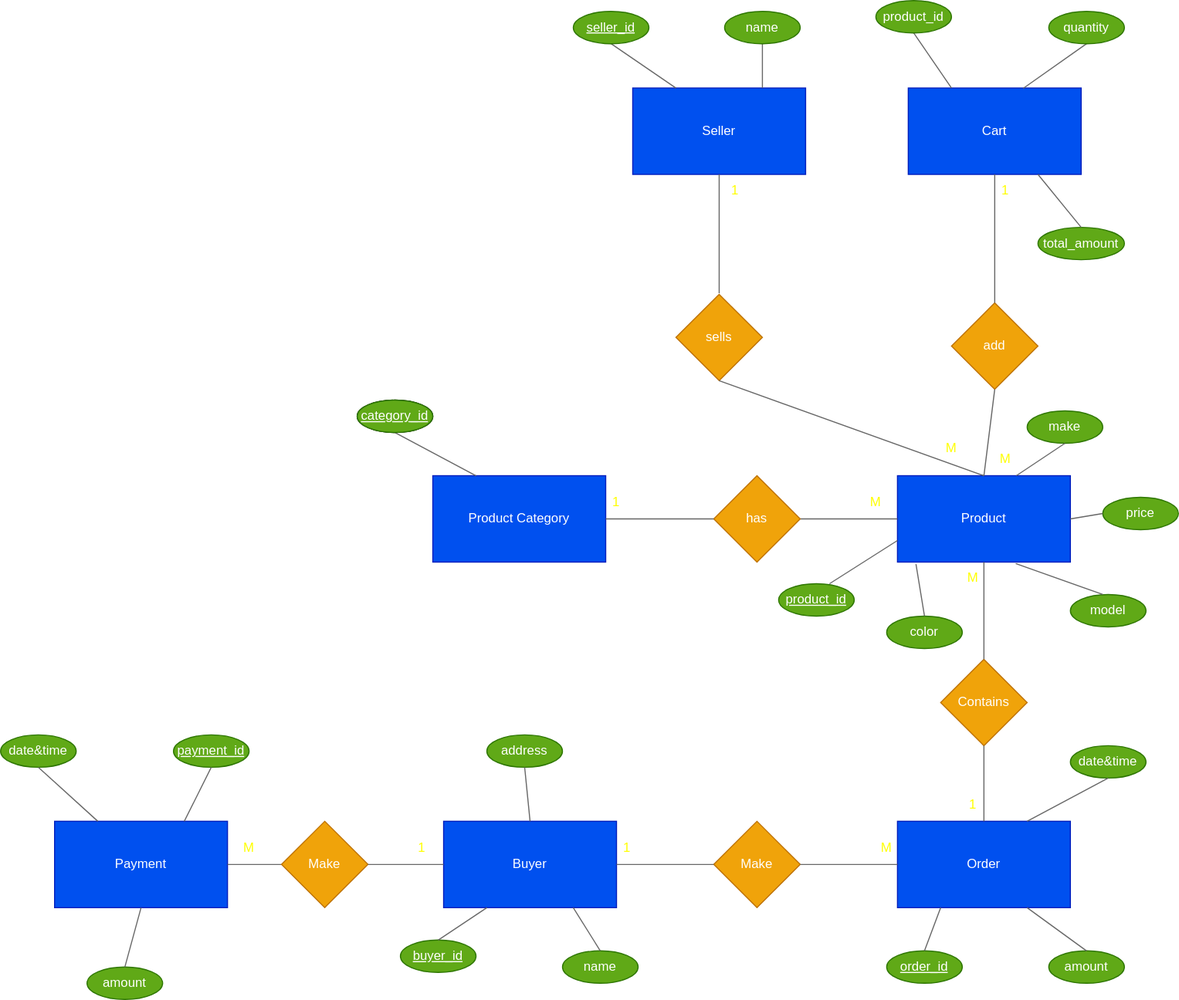
Above: ER_diagram.drawio.svg in Hemakanth1/shopping-cart-system (draw.io), before the change. Source tidied: cells renumbered, new cells last; positions are measured from the earlier drawing's top-left corner, leaving out a move shared by most shapes.
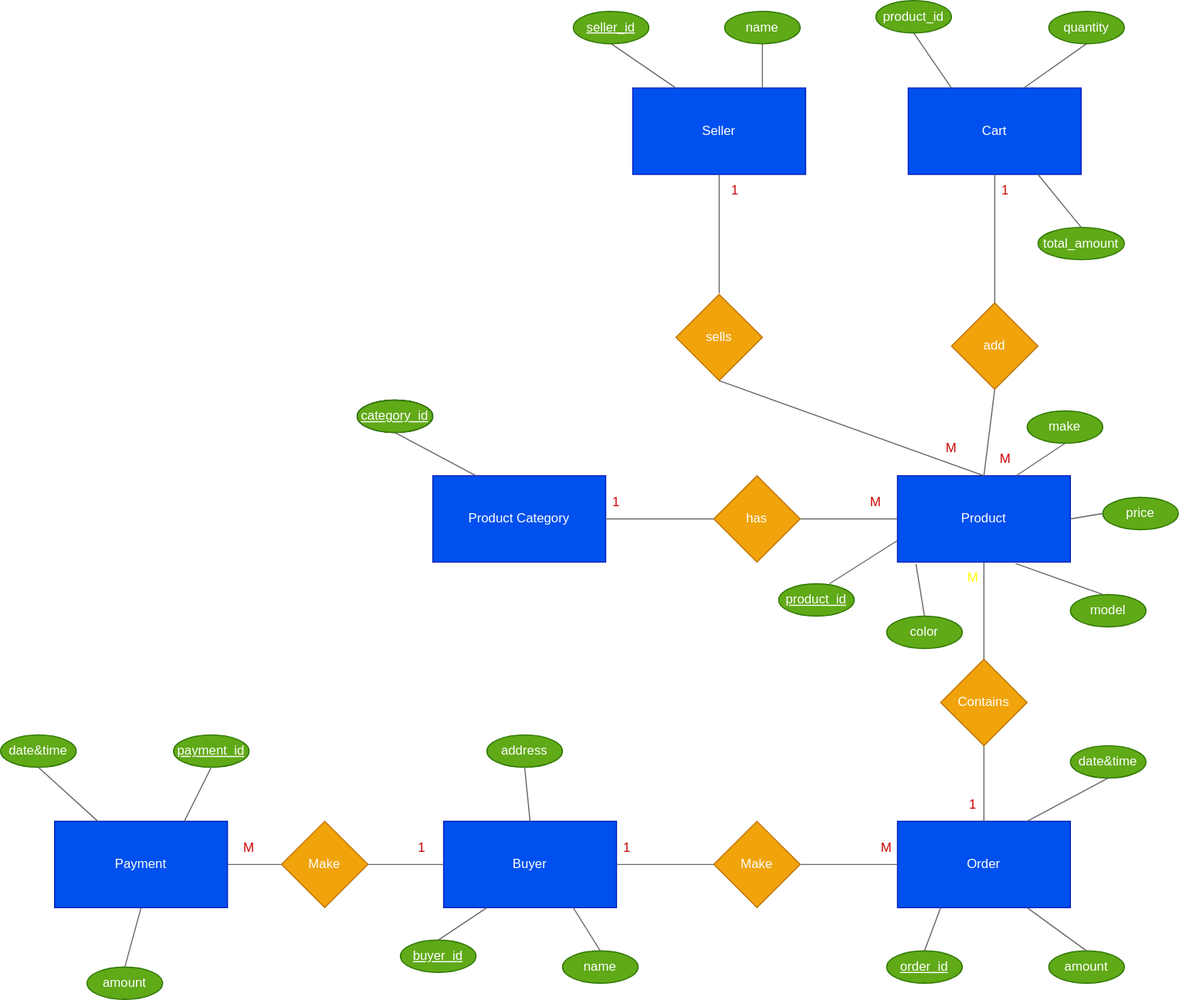
The same file after the commit.

What changed in the source:
```diff
@@ -204,40 +204,40 @@
     <mxCell id="67" value="quantity" style="ellipse;whiteSpace=wrap;html=1;fontColor=#ffffff;fillColor=#60a917;strokeColor=#2D7600;" parent="1" vertex="1">
       <mxGeometry x="970" y="10" width="70" height="30" as="geometry" />
     </mxCell>
-    <mxCell id="68" value="M" style="text;html=1;strokeColor=none;fillColor=none;align=center;verticalAlign=middle;whiteSpace=wrap;rounded=0;fontColor=#FFFF00;" parent="1" vertex="1">
+    <mxCell id="68" value="M" style="text;html=1;strokeColor=none;fillColor=none;align=center;verticalAlign=middle;whiteSpace=wrap;rounded=0;fontColor=#CC0000;" parent="1" vertex="1">
       <mxGeometry x="200" y="770" width="60" height="30" as="geometry" />
     </mxCell>
-    <mxCell id="69" value="1" style="text;html=1;strokeColor=none;fillColor=none;align=center;verticalAlign=middle;whiteSpace=wrap;rounded=0;fontColor=#FFFF00;" parent="1" vertex="1">
+    <mxCell id="69" value="1" style="text;html=1;strokeColor=none;fillColor=none;align=center;verticalAlign=middle;whiteSpace=wrap;rounded=0;fontColor=#CC0000;" parent="1" vertex="1">
       <mxGeometry x="360" y="770" width="60" height="30" as="geometry" />
     </mxCell>
-    <mxCell id="70" value="1" style="text;html=1;strokeColor=none;fillColor=none;align=center;verticalAlign=middle;whiteSpace=wrap;rounded=0;fontColor=#FFFF00;" parent="1" vertex="1">
+    <mxCell id="70" value="1" style="text;html=1;strokeColor=none;fillColor=none;align=center;verticalAlign=middle;whiteSpace=wrap;rounded=0;fontColor=#CC0000;" parent="1" vertex="1">
       <mxGeometry x="550" y="770" width="60" height="30" as="geometry" />
     </mxCell>
-    <mxCell id="71" value="M" style="text;html=1;strokeColor=none;fillColor=none;align=center;verticalAlign=middle;whiteSpace=wrap;rounded=0;fontColor=#FFFF00;" parent="1" vertex="1">
+    <mxCell id="71" value="M" style="text;html=1;strokeColor=none;fillColor=none;align=center;verticalAlign=middle;whiteSpace=wrap;rounded=0;fontColor=#CC0000;" parent="1" vertex="1">
       <mxGeometry x="790" y="770" width="60" height="30" as="geometry" />
     </mxCell>
-    <mxCell id="72" value="1" style="text;html=1;strokeColor=none;fillColor=none;align=center;verticalAlign=middle;whiteSpace=wrap;rounded=0;fontColor=#FFFF00;" parent="1" vertex="1">
+    <mxCell id="72" value="1" style="text;html=1;strokeColor=none;fillColor=none;align=center;verticalAlign=middle;whiteSpace=wrap;rounded=0;fontColor=#CC0000;" parent="1" vertex="1">
       <mxGeometry x="870" y="730" width="60" height="30" as="geometry" />
     </mxCell>
     <mxCell id="73" value="M" style="text;html=1;strokeColor=none;fillColor=none;align=center;verticalAlign=middle;whiteSpace=wrap;rounded=0;fontColor=#FFFF00;" parent="1" vertex="1">
       <mxGeometry x="870" y="520" width="60" height="30" as="geometry" />
     </mxCell>
-    <mxCell id="74" value="M" style="text;html=1;strokeColor=none;fillColor=none;align=center;verticalAlign=middle;whiteSpace=wrap;rounded=0;fontColor=#FFFF00;" parent="1" vertex="1">
+    <mxCell id="74" value="M" style="text;html=1;strokeColor=none;fillColor=none;align=center;verticalAlign=middle;whiteSpace=wrap;rounded=0;fontColor=#CC0000;" parent="1" vertex="1">
       <mxGeometry x="900" y="410" width="60" height="30" as="geometry" />
     </mxCell>
-    <mxCell id="75" value="1" style="text;html=1;strokeColor=none;fillColor=none;align=center;verticalAlign=middle;whiteSpace=wrap;rounded=0;fontColor=#FFFF00;" parent="1" vertex="1">
+    <mxCell id="75" value="1" style="text;html=1;strokeColor=none;fillColor=none;align=center;verticalAlign=middle;whiteSpace=wrap;rounded=0;fontColor=#CC0000;" parent="1" vertex="1">
       <mxGeometry x="900" y="161" width="60" height="30" as="geometry" />
     </mxCell>
-    <mxCell id="76" value="M" style="text;html=1;strokeColor=none;fillColor=none;align=center;verticalAlign=middle;whiteSpace=wrap;rounded=0;fontColor=#FFFF00;" parent="1" vertex="1">
+    <mxCell id="76" value="M" style="text;html=1;strokeColor=none;fillColor=none;align=center;verticalAlign=middle;whiteSpace=wrap;rounded=0;fontColor=#CC0000;" parent="1" vertex="1">
       <mxGeometry x="850" y="400" width="60" height="30" as="geometry" />
     </mxCell>
-    <mxCell id="77" value="1" style="text;html=1;strokeColor=none;fillColor=none;align=center;verticalAlign=middle;whiteSpace=wrap;rounded=0;fontColor=#FFFF00;" parent="1" vertex="1">
+    <mxCell id="77" value="1" style="text;html=1;strokeColor=none;fillColor=none;align=center;verticalAlign=middle;whiteSpace=wrap;rounded=0;fontColor=#CC0000;" parent="1" vertex="1">
       <mxGeometry x="650" y="161" width="60" height="30" as="geometry" />
     </mxCell>
-    <mxCell id="78" value="1" style="text;html=1;strokeColor=none;fillColor=none;align=center;verticalAlign=middle;whiteSpace=wrap;rounded=0;fontColor=#FFFF00;" parent="1" vertex="1">
+    <mxCell id="78" value="1" style="text;html=1;strokeColor=none;fillColor=none;align=center;verticalAlign=middle;whiteSpace=wrap;rounded=0;fontColor=#CC0000;" parent="1" vertex="1">
       <mxGeometry x="540" y="450" width="60" height="30" as="geometry" />
     </mxCell>
-    <mxCell id="79" value="M" style="text;html=1;strokeColor=none;fillColor=none;align=center;verticalAlign=middle;whiteSpace=wrap;rounded=0;fontColor=#FFFF00;" parent="1" vertex="1">
+    <mxCell id="79" value="M" style="text;html=1;strokeColor=none;fillColor=none;align=center;verticalAlign=middle;whiteSpace=wrap;rounded=0;fontColor=#CC0000;" parent="1" vertex="1">
       <mxGeometry x="780" y="450" width="60" height="30" as="geometry" />
     </mxCell>
   </root>
```
